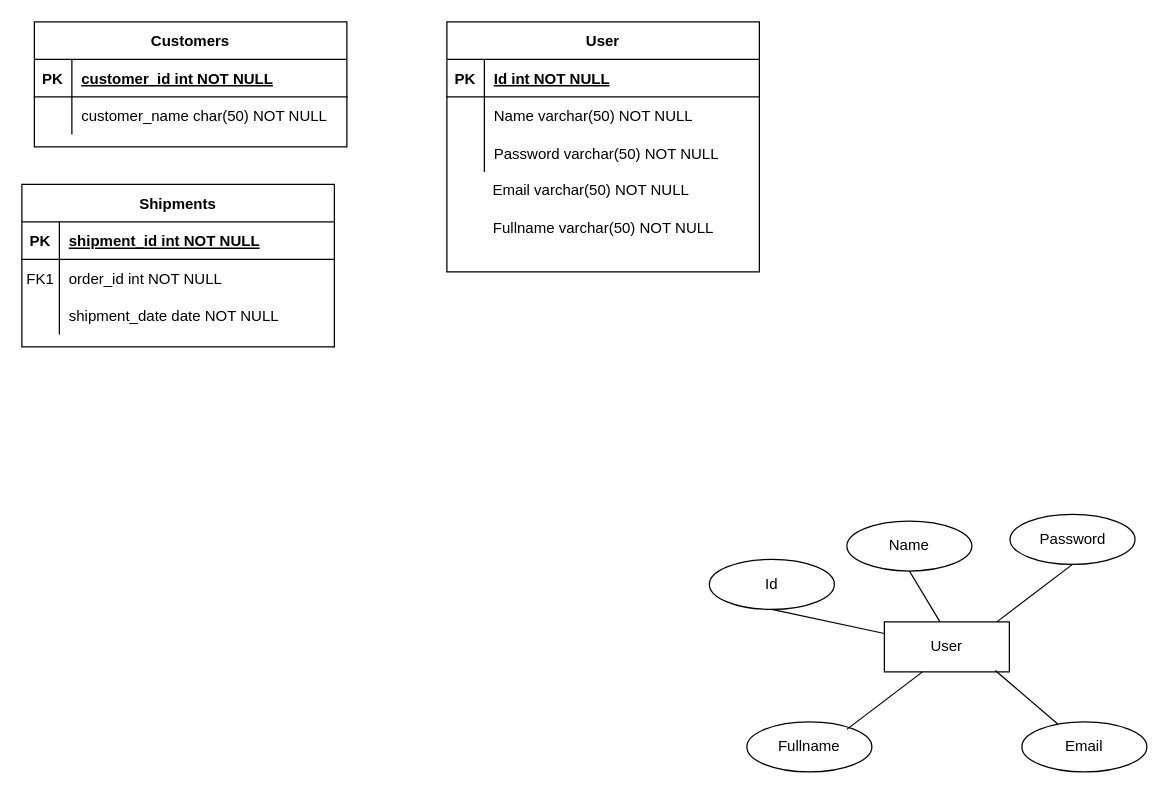
Earlier version of the draw.io diagram page "Page-69" (61 of 61) of Untitled Diagram.drawio (Jeremia0910/SJSI). Source tidied: cells renumbered, new cells numbered last; positions are measured from the earlier drawing's top-left corner, leaving out a move shared by most shapes. Both pictures are drawn from the tidied source at 125%, with x=0, y=0 at pixel (21, 21).
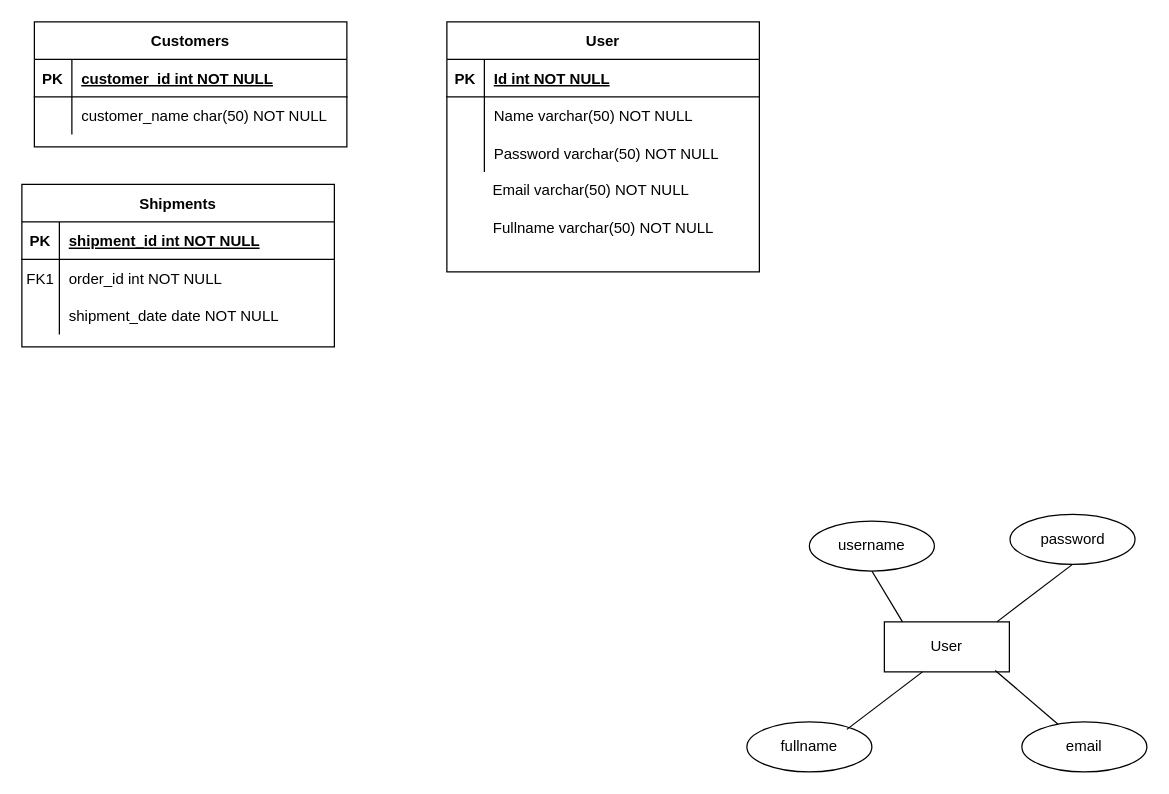
The same diagram, later.

Unchanged cells that the change refers to:
```xml
<mxCell id="31" value="User" style="whiteSpace=wrap;html=1;align=center;" parent="1" vertex="1">
  <mxGeometry x="690" y="480" width="100" height="40" as="geometry" />
</mxCell>
```

Diff of the diagram source:
```diff
@@
-    <mxCell id="29" value="Id" style="ellipse;whiteSpace=wrap;html=1;align=center;" parent="1" vertex="1">
-      <mxGeometry x="550" y="430" width="100" height="40" as="geometry" />
-    </mxCell>
-    <mxCell id="30" style="endArrow=none;html=1;rounded=0;" parent="1" edge="1" target="31">
-      <mxGeometry relative="1" as="geometry">
-        <mxPoint x="600" y="470" as="sourcePoint" />
-      </mxGeometry>
-    </mxCell>
@@
-    <mxCell id="32" value="Name" style="ellipse;whiteSpace=wrap;html=1;align=center;" parent="1" vertex="1">
-      <mxGeometry x="660" y="399.3" width="100" height="40" as="geometry" />
+    <mxCell id="32" value="username" style="ellipse;whiteSpace=wrap;html=1;align=center;" parent="1" vertex="1">
+      <mxGeometry x="630" y="399.3" width="100" height="40" as="geometry" />
     </mxCell>
     <mxCell id="33" style="endArrow=none;html=1;rounded=0;entryX=0.345;entryY=-0.133;entryDx=0;entryDy=0;entryPerimeter=0;" parent="1" edge="1">
       <mxGeometry relative="1" as="geometry">
-        <mxPoint x="710" y="439.3" as="sourcePoint" />
-        <mxPoint x="734.5" y="480" as="targetPoint" />
+        <mxPoint x="680" y="439.3" as="sourcePoint" />
+        <mxPoint x="704.5" y="480" as="targetPoint" />
       </mxGeometry>
     </mxCell>
-    <mxCell id="34" value="Password" style="ellipse;whiteSpace=wrap;html=1;align=center;" parent="1" vertex="1">
+    <mxCell id="34" value="password" style="ellipse;whiteSpace=wrap;html=1;align=center;" parent="1" vertex="1">
       <mxGeometry x="790.5" y="394" width="100" height="40" as="geometry" />
     </mxCell>
@@
-    <mxCell id="36" value="Email" style="ellipse;whiteSpace=wrap;html=1;align=center;" parent="1" vertex="1">
+    <mxCell id="36" value="email" style="ellipse;whiteSpace=wrap;html=1;align=center;" parent="1" vertex="1">
       <mxGeometry x="800" y="560" width="100" height="40" as="geometry" />
     </mxCell>
@@
-    <mxCell id="38" value="Fullname" style="ellipse;whiteSpace=wrap;html=1;align=center;" parent="1" vertex="1">
+    <mxCell id="38" value="fullname" style="ellipse;whiteSpace=wrap;html=1;align=center;" parent="1" vertex="1">
       <mxGeometry x="580" y="560" width="100" height="40" as="geometry" />
     </mxCell>
```
